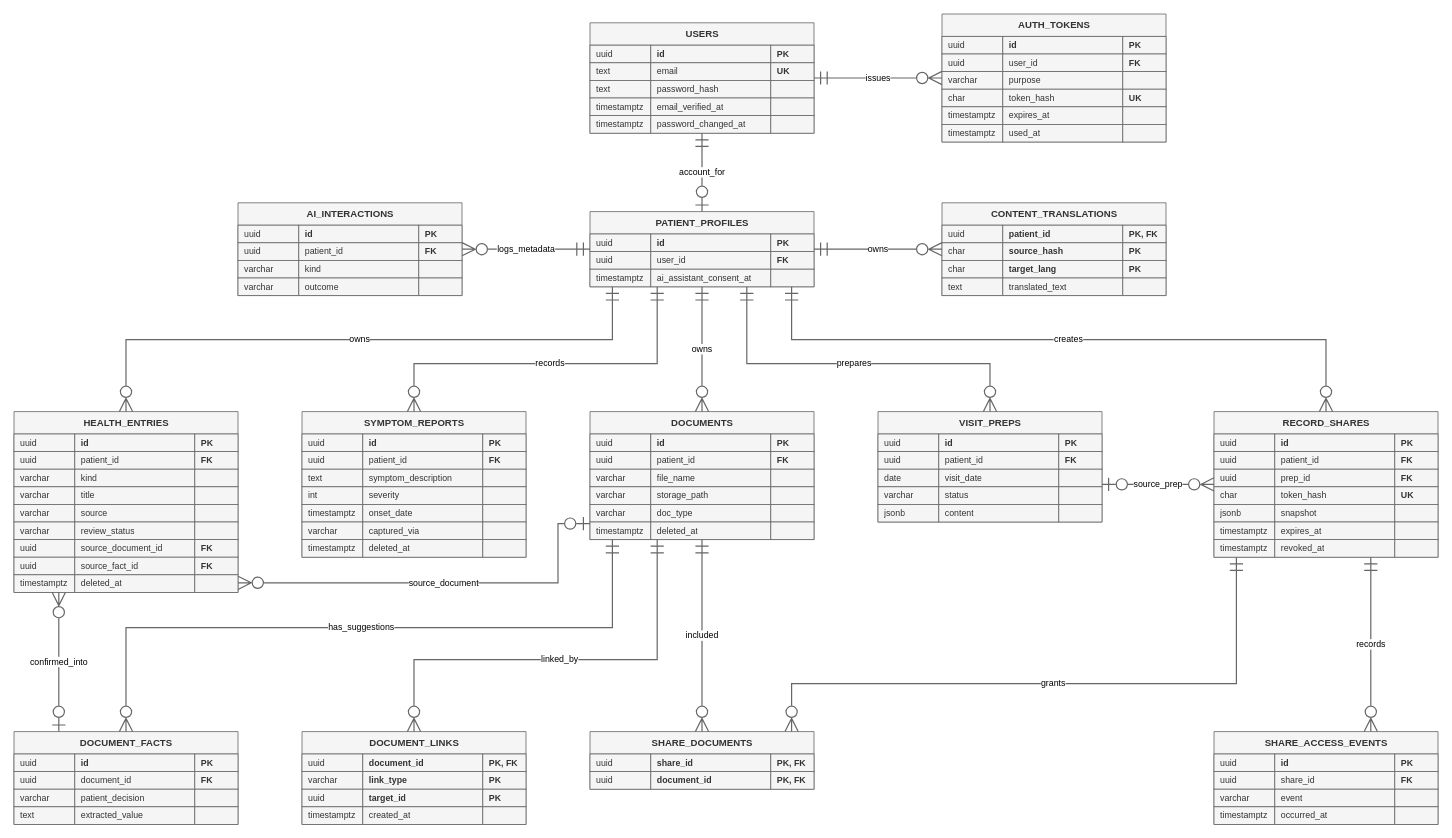
haniyousrii18/NASEEJ keeps this draw.io diagram as docs/diagrams/source/erd-diagram.drawio. Above is the earlier version. Source tidied: cells renumbered, new cells numbered last; positions are measured from the earlier drawing's top-left corner, leaving out a move shared by most shapes. Both pictures are drawn from the tidied source at 80%, with x=0, y=0 at pixel (14, 14).
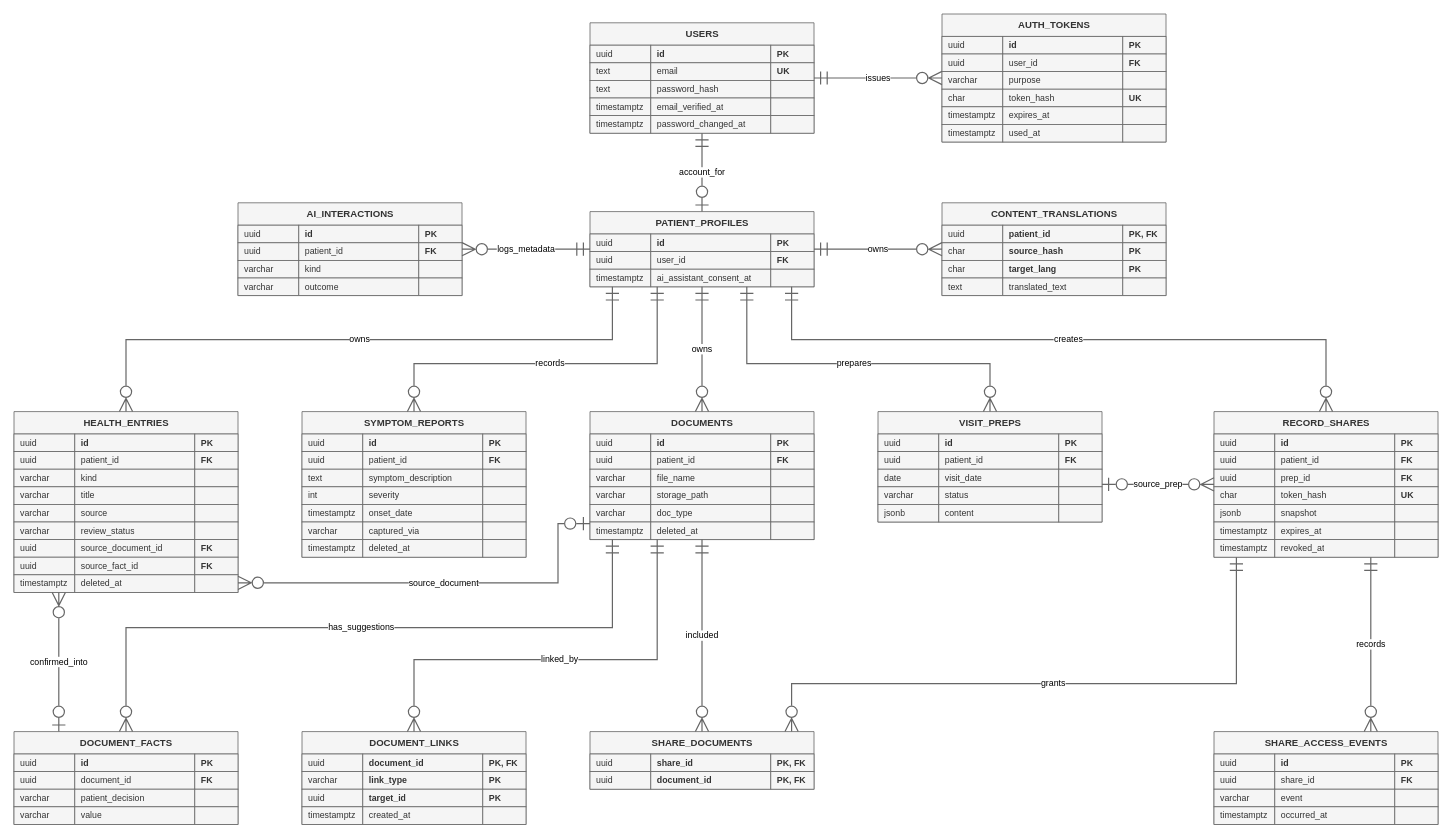
After the change.

Commit message (it also covers changes not shown here):
docs: fix diagram inconsistencies and rebuild ERD mapping

The change refers to these unchanged cells:
```xml
<mxCell id="161" value="DOCUMENT_FACTS" style="swimlane;fontStyle=1;align=center;verticalAlign=middle;startSize=28;html=1;swimlaneFillColor=#FFFFFF;fontSize=12;fillColor=#f5f5f5;fontColor=#333333;strokeColor=#666666;" parent="1" vertex="1">
  <mxGeometry y="897" width="280" height="116" as="geometry" />
</mxCell>
```

The edit, as a diff of the source:
```diff
@@
-    <mxCell id="171" value="text" style="text;html=1;align=left;verticalAlign=middle;spacingLeft=6;fontSize=11;whiteSpace=nowrap;overflow=hidden;fillColor=#f5f5f5;fontColor=#333333;strokeColor=#666666;" parent="161" vertex="1">
+    <mxCell id="171" value="varchar" style="text;html=1;align=left;verticalAlign=middle;spacingLeft=6;fontSize=11;whiteSpace=nowrap;overflow=hidden;fillColor=#f5f5f5;fontColor=#333333;strokeColor=#666666;" parent="161" vertex="1">
       <mxGeometry y="94" width="76" height="22" as="geometry" />
     </mxCell>
-    <mxCell id="172" value="extracted_value" style="text;html=1;align=left;verticalAlign=middle;spacingLeft=6;fontSize=11;whiteSpace=nowrap;overflow=hidden;fillColor=#f5f5f5;fontColor=#333333;strokeColor=#666666;" parent="161" vertex="1">
+    <mxCell id="172" value="value" style="text;html=1;align=left;verticalAlign=middle;spacingLeft=6;fontSize=11;whiteSpace=nowrap;overflow=hidden;fillColor=#f5f5f5;fontColor=#333333;strokeColor=#666666;" parent="161" vertex="1">
       <mxGeometry x="76" y="94" width="150" height="22" as="geometry" />
     </mxCell>
```
